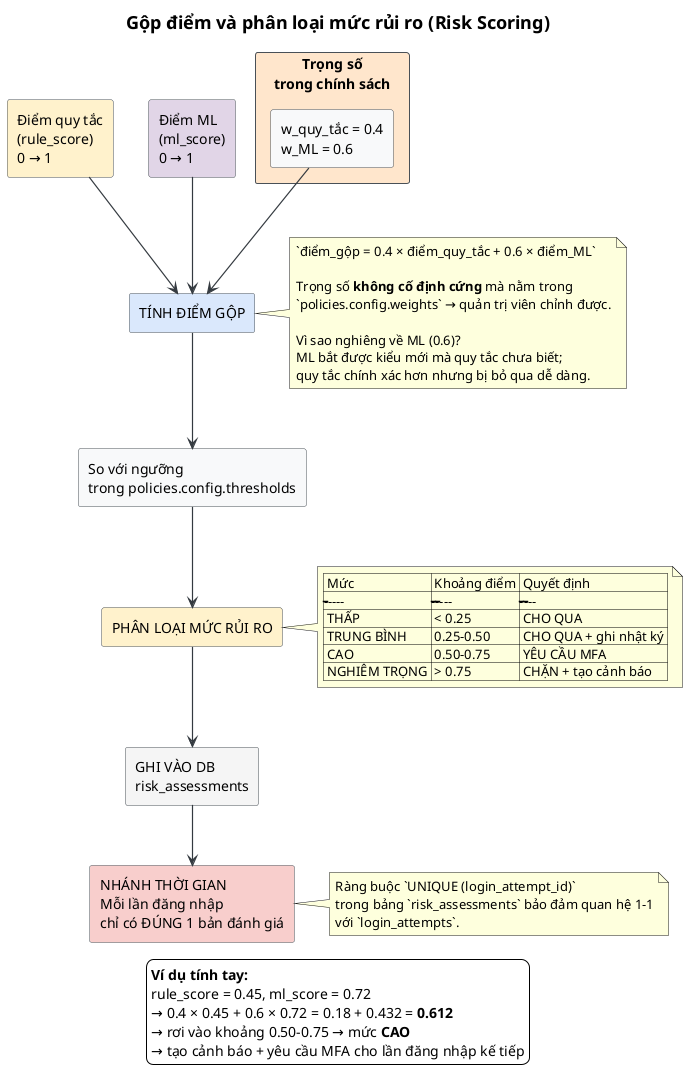
Before: docs/diagrams/v3.3-detect/05-gop-diem-phan-loai.png, a diagram exported from PlantUML (Albert-Tuan/sentinel-auth).
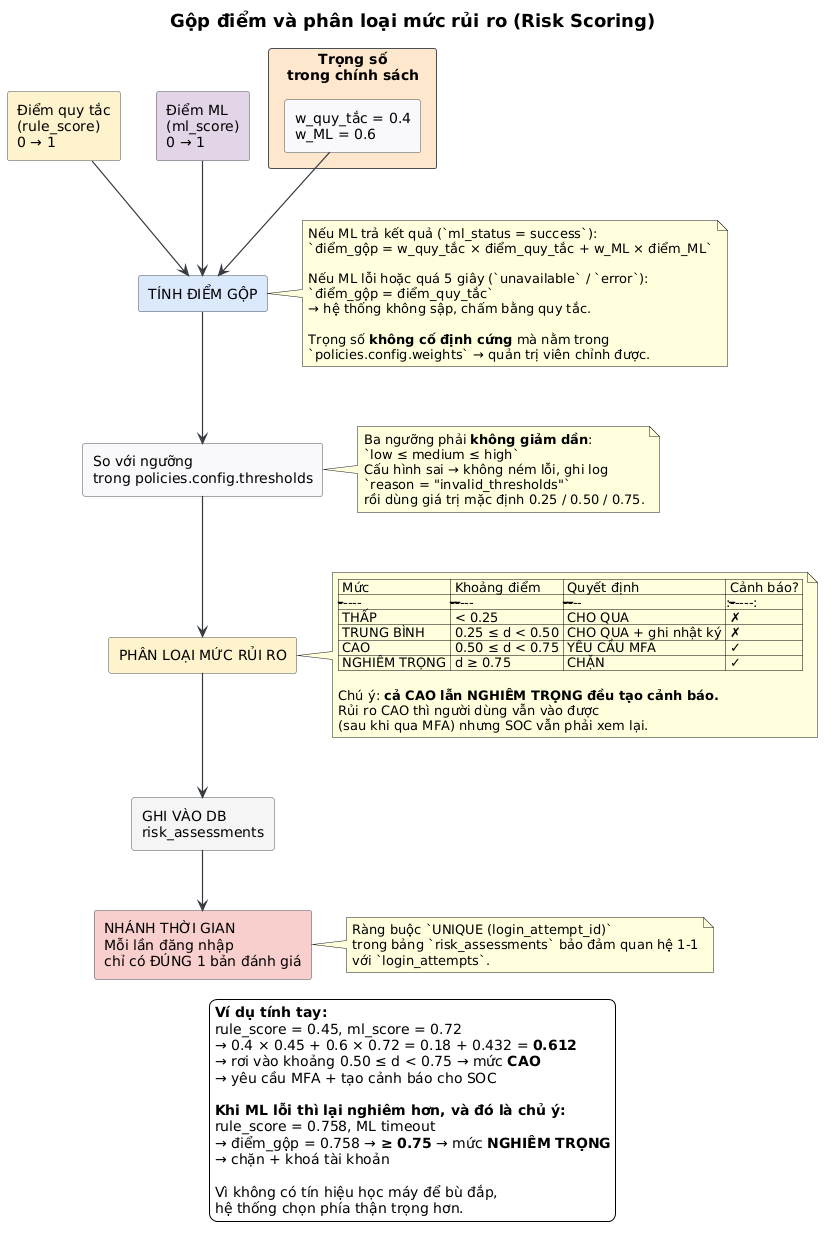
After the commit.

Change to the diagram source:
```diff
@@ -22,26 +22,38 @@
 
 rectangle "TÍNH ĐIỂM GỘP" as CALC #DAE8FC
 note right of CALC
-  `điểm_gộp = 0.4 × điểm_quy_tắc + 0.6 × điểm_ML`
+  Nếu ML trả kết quả (`ml_status = success`):
+  `điểm_gộp = w_quy_tắc × điểm_quy_tắc + w_ML × điểm_ML`
+
+  Nếu ML lỗi hoặc quá 5 giây (`unavailable` / `error`):
+  `điểm_gộp = điểm_quy_tắc`
+  → hệ thống không sập, chấm bằng quy tắc.
 
   Trọng số **không cố định cứng** mà nằm trong
   `policies.config.weights` → quản trị viên chỉnh được.
-
-  Vì sao nghiêng về ML (0.6)?
-  ML bắt được kiểu mới mà quy tắc chưa biết;
-  quy tắc chính xác hơn nhưng bị bỏ qua dễ dàng.
 end note
 
 rectangle "So với ngưỡng\ntrong policies.config.thresholds" as THR
+note right of THR
+  Ba ngưỡng phải **không giảm dần**:
+  `low ≤ medium ≤ high`
+  Cấu hình sai → không ném lỗi, ghi log
+  `reason = "invalid_thresholds"`
+  rồi dùng giá trị mặc định 0.25 / 0.50 / 0.75.
+end note
 
 rectangle "PHÂN LOẠI MỨC RỦI RO" as CLASS #FFF2CC
 note right of CLASS
-  | Mức     | Khoảng điểm | Quyết định |
-  |---------|-------------|------------|
-  | THẤP    | < 0.25      | CHO QUA   |
-  | TRUNG BÌNH | 0.25-0.50 | CHO QUA + ghi nhật ký |
-  | CAO     | 0.50-0.75   | YÊU CẦU MFA |
-  | NGHIÊM TRỌNG | > 0.75 | CHẶN + tạo cảnh báo |
+  | Mức     | Khoảng điểm | Quyết định | Cảnh báo? |
+  |---------|-------------|------------|:---------:|
+  | THẤP    | < 0.25      | CHO QUA   | ✗ |
+  | TRUNG BÌNH | 0.25 ≤ d < 0.50 | CHO QUA + ghi nhật ký | ✗ |
+  | CAO     | 0.50 ≤ d < 0.75 | YÊU CẦU MFA | ✓ |
+  | NGHIÊM TRỌNG | d ≥ 0.75 | CHẶN | ✓ |
+
+  Chú ý: **cả CAO lẫn NGHIÊM TRỌNG đều tạo cảnh báo.**
+  Rủi ro CAO thì người dùng vẫn vào được
+  (sau khi qua MFA) nhưng SOC vẫn phải xem lại.
 end note
 
 rectangle "GHI VÀO DB\nrisk_assessments" as SAVE #F5F5F5
@@ -65,8 +77,15 @@
 **Ví dụ tính tay:**
 rule_score = 0.45, ml_score = 0.72
 → 0.4 × 0.45 + 0.6 × 0.72 = 0.18 + 0.432 = **0.612**
-→ rơi vào khoảng 0.50-0.75 → mức **CAO**
-→ tạo cảnh báo + yêu cầu MFA cho lần đăng nhập kế tiếp
+→ rơi vào khoảng 0.50 ≤ d < 0.75 → mức **CAO**
+→ yêu cầu MFA + tạo cảnh báo cho SOC
+
+**Khi ML lỗi thì lại nghiêm hơn, và đó là chủ ý:**
+rule_score = 0.758, ML timeout
+→ điểm_gộp = 0.758 → **≥ 0.75** → mức **NGHIÊM TRỌNG**
+→ chặn + khoá tài khoản
+
+Vì không có tín hiệu học máy để bù đắp,
+hệ thống chọn phía thận trọng hơn.
 endlegend
-
 @enduml
```
